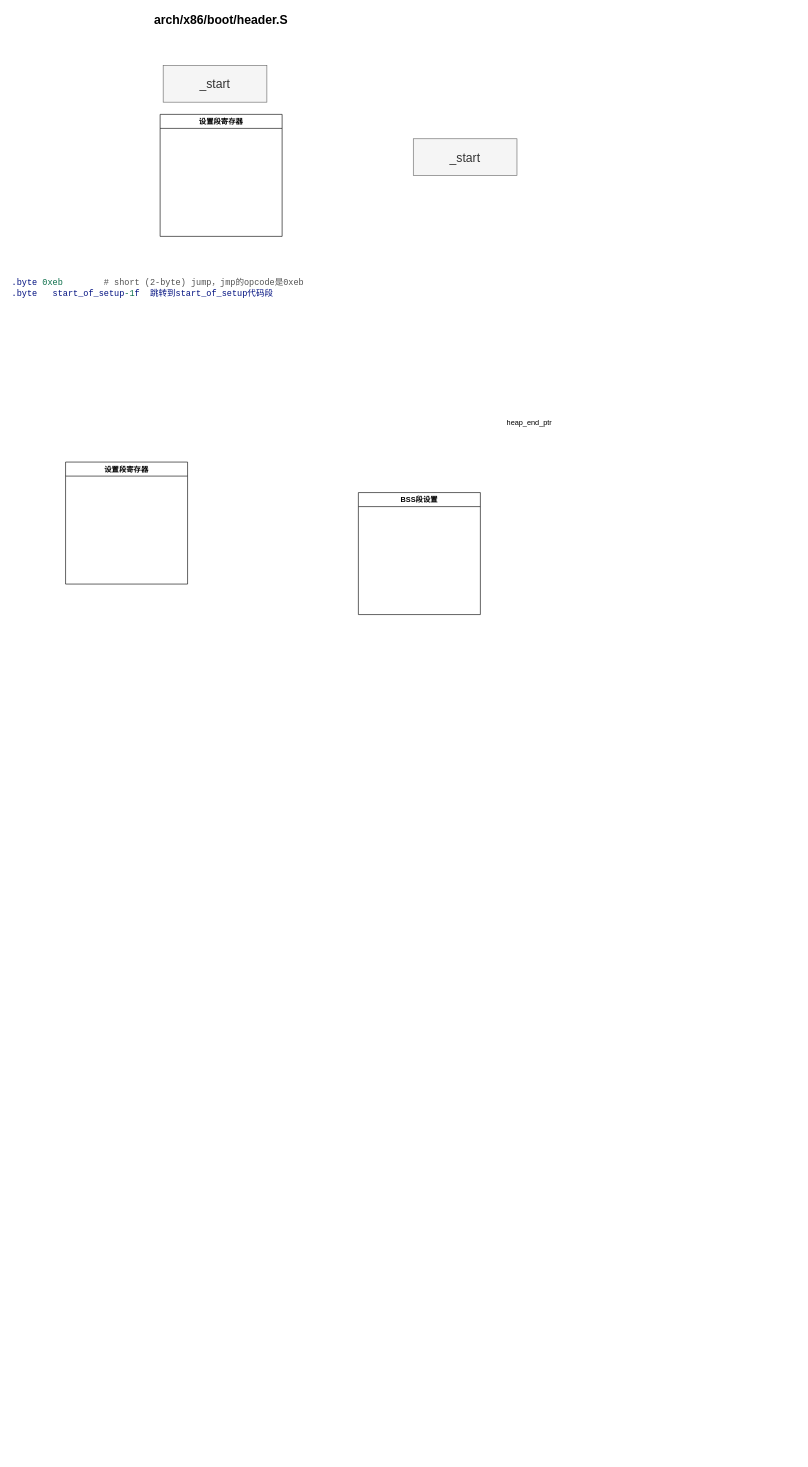
Above: Linux初始化过程.drawio in wbzzx-bb/wb-linux (draw.io), before the change. Source tidied: cells renumbered, new cells numbered last; positions are measured from the earlier drawing's top-left corner, leaving out a move shared by most shapes. Both pictures are drawn from the tidied source at 61%, with x=0, y=0 at pixel (10, 10).
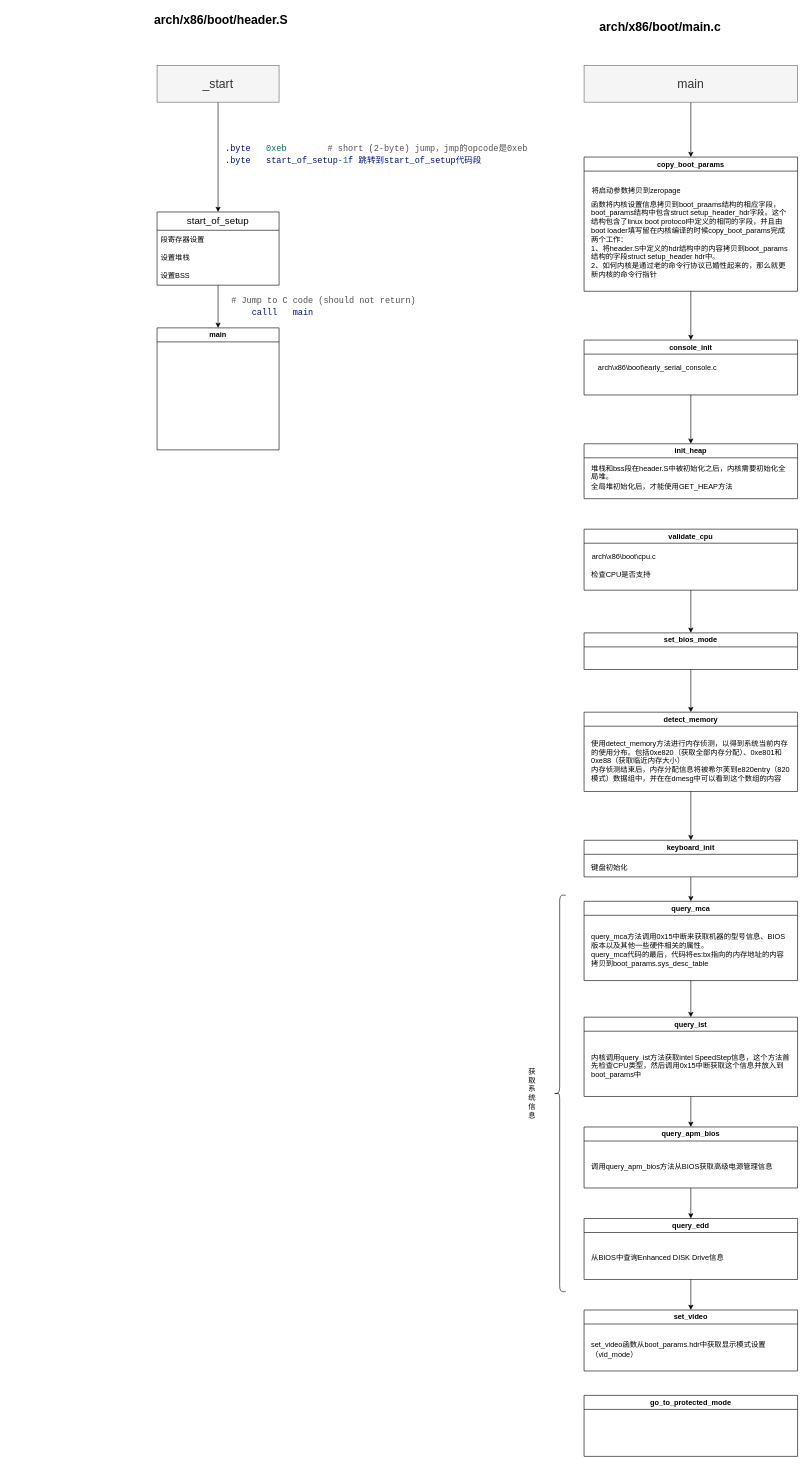
Above is the later version.

Commit message (it also covers changes not shown here):
更新Linux初始化过程.drawio

Change to the diagram source:
```diff
@@
+    <mxCell id="10" style="edgeStyle=orthogonalEdgeStyle;rounded=0;jettySize=auto;html=1;" parent="1" edge="1" source="11" target="45">
+      <mxGeometry relative="1" as="geometry" />
+    </mxCell>
+    <mxCell id="11" value="query_ist" style="swimlane;whiteSpace=wrap;html=1;" parent="1" vertex="1">
+      <mxGeometry x="940" y="1650" width="350" height="130" as="geometry" />
+    </mxCell>
+    <mxCell id="12" value="&lt;div&gt;内核调用query_ist方法获取intel SpeedStep信息，这个方法首先检查CPU类型，然后调用0x15中断获取这个信息并放入到boot_params中&lt;/div&gt;" style="text;strokeColor=none;align=left;fillColor=none;html=1;verticalAlign=middle;whiteSpace=wrap;rounded=0;" parent="11" vertex="1">
+      <mxGeometry x="10" y="30" width="330" height="100" as="geometry" />
+    </mxCell>
@@
+    <mxCell id="13" style="edgeStyle=orthogonalEdgeStyle;rounded=0;jettySize=auto;html=1;entryX=0.5;entryY=0;entryDx=0;entryDy=0;" parent="1" edge="1" source="3" target="15">
+      <mxGeometry relative="1" as="geometry" />
+    </mxCell>
     <mxCell id="3" value="&lt;font style=&quot;font-size: 20px;&quot;&gt;_start&lt;/font&gt;" style="rounded=0;whiteSpace=wrap;html=1;fillColor=#f5f5f5;fontColor=#333333;strokeColor=#666666;" parent="1" vertex="1">
-      <mxGeometry x="250" y="90" width="170" height="60" as="geometry" />
+      <mxGeometry x="240" y="90" width="200" height="60" as="geometry" />
     </mxCell>
-    <mxCell id="4" value="&lt;font style=&quot;font-size: 20px;&quot;&gt;_start&lt;/font&gt;" style="rounded=0;whiteSpace=wrap;html=1;fillColor=#f5f5f5;fontColor=#333333;strokeColor=#666666;" parent="1" vertex="1">
-      <mxGeometry x="660" y="210" width="170" height="60" as="geometry" />
-    </mxCell>
-    <mxCell id="5" value="设置段寄存器" style="swimlane;whiteSpace=wrap;html=1;" parent="1" vertex="1">
-      <mxGeometry x="90" y="740" width="200" height="200" as="geometry" />
-    </mxCell>
+    <mxCell id="7" value="main" style="swimlane;whiteSpace=wrap;html=1;" parent="1" vertex="1">
+      <mxGeometry x="240" y="520" width="200" height="200" as="geometry" />
+    </mxCell>
+    <mxCell id="14" style="edgeStyle=orthogonalEdgeStyle;rounded=0;jettySize=auto;html=1;entryX=0.5;entryY=0;entryDx=0;entryDy=0;" parent="1" edge="1" source="15" target="7">
+      <mxGeometry relative="1" as="geometry" />
+    </mxCell>
+    <mxCell id="15" value="&lt;span style=&quot;font-size: medium; text-align: left;&quot;&gt;start_of_setup&lt;/span&gt;" style="swimlane;fontStyle=0;horizontal=1;startSize=30;whiteSpace=wrap;html=1;" parent="1" vertex="1">
+      <mxGeometry x="240" y="330" width="200" height="120" as="geometry" />
+    </mxCell>
+    <mxCell id="16" value="段寄存器设置" style="text;strokeColor=none;fillColor=none;align=left;verticalAlign=middle;spacingLeft=4;spacingRight=4;overflow=hidden;whiteSpace=wrap;html=1;" parent="15" vertex="1">
+      <mxGeometry y="30" width="200" height="30" as="geometry" />
+    </mxCell>
+    <mxCell id="17" value="设置堆栈" style="text;strokeColor=none;fillColor=none;align=left;verticalAlign=middle;spacingLeft=4;spacingRight=4;overflow=hidden;whiteSpace=wrap;html=1;" parent="15" vertex="1">
+      <mxGeometry y="60" width="200" height="30" as="geometry" />
+    </mxCell>
+    <mxCell id="18" value="设置BSS" style="text;strokeColor=none;fillColor=none;align=left;verticalAlign=middle;spacingLeft=4;spacingRight=4;overflow=hidden;whiteSpace=wrap;html=1;" parent="15" vertex="1">
+      <mxGeometry y="90" width="200" height="30" as="geometry" />
+    </mxCell>
+    <mxCell id="19" value="&lt;div style=&quot;color: #292929;background-color: #ffffff;font-family: Consolas, 'Courier New', monospace;font-weight: normal;font-size: 14px;line-height: 19px;white-space: pre;&quot;&gt;&lt;div&gt;&lt;span style=&quot;color: #515151;&quot;&gt;# Jump to C code (should not return)&lt;/span&gt;&lt;/div&gt;&lt;div&gt;&lt;span style=&quot;color: #292929;&quot;&gt;&amp;nbsp; &amp;nbsp; &lt;/span&gt;&lt;span style=&quot;color: #001080;&quot;&gt;calll&lt;/span&gt;&lt;span style=&quot;color: #292929;&quot;&gt; &amp;nbsp; &lt;/span&gt;&lt;span style=&quot;color: #001080;&quot;&gt;main&lt;/span&gt;&lt;/div&gt;&lt;/div&gt;" style="text;whiteSpace=wrap;html=1;" parent="1" vertex="1">
+      <mxGeometry x="360" y="460" width="310" height="60" as="geometry" />
+    </mxCell>
-    <mxCell id="6" value="&lt;div style=&quot;color: rgb(41, 41, 41); background-color: rgb(255, 255, 255); font-family: Consolas, &amp;quot;Courier New&amp;quot;, monospace; font-size: 14px; line-height: 19px; white-space-collapse: preserve;&quot;&gt;&lt;div&gt;&lt;span style=&quot;color: #001080;&quot;&gt;.byte&lt;/span&gt; &lt;span style=&quot;color: #096d48;&quot;&gt;0xeb&lt;/span&gt; &amp;nbsp; &amp;nbsp; &amp;nbsp; &amp;nbsp;&lt;span style=&quot;color: #515151;&quot;&gt;# short (2-byte) jump，&lt;/span&gt;&lt;span style=&quot;color: rgb(81, 81, 81);&quot;&gt;jmp的opcode是0xeb&lt;/span&gt;&lt;/div&gt;&lt;div&gt;&lt;span style=&quot;color: rgb(0, 16, 128);&quot;&gt;.byte&lt;/span&gt; &amp;nbsp; &lt;span style=&quot;color: rgb(0, 16, 128);&quot;&gt;start_of_setup&lt;/span&gt;&lt;span style=&quot;color: rgb(9, 109, 72);&quot;&gt;-1&lt;/span&gt;&lt;span style=&quot;color: rgb(0, 16, 128);&quot;&gt;f  跳转到start_of_setup代码段&lt;/span&gt;&lt;/div&gt;&lt;/div&gt;" style="text;html=1;align=left;verticalAlign=middle;strokeColor=none;fillColor=none;" parent="1" vertex="1">
-      <mxGeometry y="430" width="470" height="50" as="geometry" />
+    <mxCell id="6" value="&lt;div style=&quot;background-color: rgb(255, 255, 255); line-height: 19px;&quot;&gt;&lt;div style=&quot;&quot;&gt;&lt;span style=&quot;color: rgb(0, 16, 128); font-family: Consolas, &amp;quot;Courier New&amp;quot;, monospace; font-size: 14px; font-weight: normal; white-space: pre;&quot;&gt;.byte&lt;/span&gt;&lt;span style=&quot;color: rgb(41, 41, 41); font-family: Consolas, &amp;quot;Courier New&amp;quot;, monospace; font-size: 14px; font-weight: normal; white-space: pre;&quot;&gt; &amp;nbsp; &lt;/span&gt;&lt;span style=&quot;color: rgb(9, 109, 72); font-family: Consolas, &amp;quot;Courier New&amp;quot;, monospace; font-size: 14px; font-weight: normal; white-space: pre;&quot;&gt;0xeb&lt;/span&gt;&lt;span style=&quot;color: rgb(41, 41, 41); font-family: Consolas, &amp;quot;Courier New&amp;quot;, monospace; font-size: 14px; font-weight: normal; white-space: pre;&quot;&gt; &amp;nbsp; &amp;nbsp; &amp;nbsp; &amp;nbsp;&lt;/span&gt;&lt;span style=&quot;color: rgb(81, 81, 81); font-family: Consolas, &amp;quot;Courier New&amp;quot;, monospace; font-size: 14px; font-weight: normal; white-space: pre;&quot;&gt;# short (2-byte) jump，&lt;/span&gt;&lt;font face=&quot;Consolas, Courier New, monospace&quot; color=&quot;#515151&quot;&gt;&lt;span style=&quot;font-size: 14px; white-space: pre;&quot;&gt;jmp的opcode是0xeb&lt;/span&gt;&lt;/font&gt;&lt;/div&gt;&lt;div style=&quot;&quot;&gt;&lt;span style=&quot;color: rgb(0, 16, 128); font-family: Consolas, &amp;quot;Courier New&amp;quot;, monospace; font-size: 14px; font-weight: normal; white-space: pre;&quot;&gt;.byte&lt;/span&gt;&lt;span style=&quot;color: rgb(41, 41, 41); font-family: Consolas, &amp;quot;Courier New&amp;quot;, monospace; font-size: 14px; font-weight: normal; white-space: pre;&quot;&gt; &amp;nbsp; &lt;/span&gt;&lt;span style=&quot;color: rgb(0, 16, 128); font-family: Consolas, &amp;quot;Courier New&amp;quot;, monospace; font-size: 14px; font-weight: normal; white-space: pre;&quot;&gt;start_of_setup&lt;/span&gt;&lt;span style=&quot;color: rgb(9, 109, 72); font-family: Consolas, &amp;quot;Courier New&amp;quot;, monospace; font-size: 14px; font-weight: normal; white-space: pre;&quot;&gt;-1&lt;/span&gt;&lt;span style=&quot;color: rgb(0, 16, 128); font-family: Consolas, &amp;quot;Courier New&amp;quot;, monospace; font-size: 14px; font-weight: normal; white-space: pre;&quot;&gt;f &lt;/span&gt;&lt;font face=&quot;Consolas, Courier New, monospace&quot; color=&quot;#001080&quot;&gt;&lt;span style=&quot;font-size: 14px; white-space: pre;&quot;&gt;跳转到start_of_setup代码段&lt;/span&gt;&lt;/font&gt;&lt;/div&gt;&lt;/div&gt;" style="text;whiteSpace=wrap;html=1;" parent="1" vertex="1">
+      <mxGeometry x="350" y="210" width="500" height="60" as="geometry" />
     </mxCell>
-    <mxCell id="7" value="BSS段设置" style="swimlane;whiteSpace=wrap;html=1;" parent="1" vertex="1">
-      <mxGeometry x="570" y="790" width="200" height="200" as="geometry" />
-    </mxCell>
-    <mxCell id="8" value="heap_end_ptr" style="text;html=1;align=center;verticalAlign=middle;strokeColor=none;fillColor=none;" parent="1" vertex="1">
-      <mxGeometry x="800" y="660" width="100" height="30" as="geometry" />
-    </mxCell>
-    <mxCell id="9" value="设置段寄存器" style="swimlane;whiteSpace=wrap;html=1;" parent="1" vertex="1">
-      <mxGeometry x="245" y="170" width="200" height="200" as="geometry" />
-    </mxCell>
+    <mxCell id="20" value="&lt;span style=&quot;font-weight: 700;&quot;&gt;&lt;font style=&quot;font-size: 20px;&quot;&gt;arch/x86/boot/main.c&lt;/font&gt;&lt;/span&gt;" style="text;strokeColor=none;align=center;fillColor=none;html=1;verticalAlign=middle;whiteSpace=wrap;rounded=0;" parent="1" vertex="1">
+      <mxGeometry x="920" y="10" width="290" height="30" as="geometry" />
+    </mxCell>
+    <mxCell id="21" style="edgeStyle=orthogonalEdgeStyle;rounded=0;jettySize=auto;html=1;entryX=0.5;entryY=0;entryDx=0;entryDy=0;" parent="1" edge="1" source="22" target="24">
+      <mxGeometry relative="1" as="geometry" />
+    </mxCell>
+    <mxCell id="22" value="&lt;font style=&quot;font-size: 20px;&quot;&gt;main&lt;/font&gt;" style="rounded=0;whiteSpace=wrap;html=1;fillColor=#f5f5f5;fontColor=#333333;strokeColor=#666666;" parent="1" vertex="1">
+      <mxGeometry x="940" y="90" width="350" height="60" as="geometry" />
+    </mxCell>
+    <mxCell id="23" style="edgeStyle=orthogonalEdgeStyle;rounded=0;jettySize=auto;html=1;" parent="1" edge="1" source="24" target="28">
+      <mxGeometry relative="1" as="geometry" />
+    </mxCell>
+    <mxCell id="24" value="copy_boot_params" style="swimlane;whiteSpace=wrap;html=1;" parent="1" vertex="1">
+      <mxGeometry x="940" y="240" width="350" height="220" as="geometry" />
+    </mxCell>
+    <mxCell id="25" value="将启动参数拷贝到zeropage" style="text;html=1;align=center;verticalAlign=middle;strokeColor=none;fillColor=none;" parent="24" vertex="1">
+      <mxGeometry y="40" width="170" height="30" as="geometry" />
+    </mxCell>
+    <mxCell id="26" value="函数将内核设置信息拷贝到boot_praams结构的相应字段，boot_params结构中包含struct setup_header_hdr字段。这个结构包含了linux boot protocol中定义的相同的字段，并且由boot loader填写留在内核编译的时候copy_boot_params完成两个工作：&lt;div&gt;1、将header.S中定义的hdr结构中的内容拷贝到boot_params结构的字段struct setup_header hdr中。&lt;/div&gt;&lt;div&gt;2、如何内核是通过老的命令行协议已婚性起来的，那么就更新内核的命令行指针&lt;/div&gt;" style="text;strokeColor=none;align=left;fillColor=none;html=1;verticalAlign=middle;whiteSpace=wrap;rounded=0;" parent="24" vertex="1">
+      <mxGeometry x="10" y="70" width="330" height="130" as="geometry" />
+    </mxCell>
+    <mxCell id="27" style="edgeStyle=orthogonalEdgeStyle;rounded=0;jettySize=auto;html=1;entryX=0.5;entryY=0;entryDx=0;entryDy=0;" parent="1" edge="1" source="28" target="30">
+      <mxGeometry relative="1" as="geometry" />
+    </mxCell>
+    <mxCell id="28" value="console_init" style="swimlane;whiteSpace=wrap;html=1;" parent="1" vertex="1">
+      <mxGeometry x="940" y="540" width="350" height="90" as="geometry" />
+    </mxCell>
+    <mxCell id="29" value="arch\x86\boot\early_serial_console.c" style="text;html=1;align=center;verticalAlign=middle;strokeColor=none;fillColor=none;" parent="28" vertex="1">
+      <mxGeometry x="10" y="30" width="220" height="30" as="geometry" />
+    </mxCell>
+    <mxCell id="30" value="init_heap" style="swimlane;whiteSpace=wrap;html=1;" parent="1" vertex="1">
+      <mxGeometry x="940" y="710" width="350" height="90" as="geometry" />
+    </mxCell>
+    <mxCell id="31" value="堆栈和bss段在header.S中被初始化之后，内核需要初始化全局堆。&lt;div&gt;全局堆初始化后，才能使用GET_HEAP方法&lt;/div&gt;" style="text;strokeColor=none;align=left;fillColor=none;html=1;verticalAlign=middle;whiteSpace=wrap;rounded=0;" parent="30" vertex="1">
+      <mxGeometry x="10" y="20" width="330" height="70" as="geometry" />
+    </mxCell>
+    <mxCell id="32" style="edgeStyle=orthogonalEdgeStyle;rounded=0;jettySize=auto;html=1;entryX=0.5;entryY=0;entryDx=0;entryDy=0;" parent="1" edge="1" source="33" target="37">
+      <mxGeometry relative="1" as="geometry" />
+    </mxCell>
+    <mxCell id="33" value="validate_cpu" style="swimlane;whiteSpace=wrap;html=1;" parent="1" vertex="1">
+      <mxGeometry x="940" y="850" width="350" height="100" as="geometry" />
+    </mxCell>
+    <mxCell id="34" value="arch\x86\boot\cpu.c" style="text;html=1;align=center;verticalAlign=middle;strokeColor=none;fillColor=none;" parent="33" vertex="1">
+      <mxGeometry y="30" width="130" height="30" as="geometry" />
+    </mxCell>
+    <mxCell id="35" value="检查CPU是否支持" style="text;strokeColor=none;align=left;fillColor=none;html=1;verticalAlign=middle;whiteSpace=wrap;rounded=0;" parent="33" vertex="1">
+      <mxGeometry x="10" y="60" width="330" height="30" as="geometry" />
+    </mxCell>
+    <mxCell id="36" style="edgeStyle=orthogonalEdgeStyle;rounded=0;jettySize=auto;html=1;entryX=0.5;entryY=0;entryDx=0;entryDy=0;" parent="1" edge="1" source="37" target="38">
+      <mxGeometry relative="1" as="geometry" />
+    </mxCell>
+    <mxCell id="37" value="set_bios_mode" style="swimlane;whiteSpace=wrap;html=1;" parent="1" vertex="1">
+      <mxGeometry x="940" y="1020" width="350" height="60" as="geometry" />
+    </mxCell>
+    <mxCell id="38" value="detect_memory" style="swimlane;whiteSpace=wrap;html=1;" parent="1" vertex="1">
+      <mxGeometry x="940" y="1150" width="350" height="130" as="geometry" />
+    </mxCell>
+    <mxCell id="39" value="使用detect_memory方法进行内存侦测，以得到系统当前内存的使用分布。包括0xe820（获取全部内存分配）、0xe801和0xe88（获取临近内存大小）&lt;div&gt;内存侦测结束后，内存分配信息将被希尔芙到e820entry（820模式）数据组中，并在在dmesg中可以看到这个数组的内容&lt;/div&gt;" style="text;strokeColor=none;align=left;fillColor=none;html=1;verticalAlign=middle;whiteSpace=wrap;rounded=0;" parent="38" vertex="1">
+      <mxGeometry x="10" y="30" width="330" height="100" as="geometry" />
+    </mxCell>
+    <mxCell id="40" style="edgeStyle=orthogonalEdgeStyle;rounded=0;jettySize=auto;html=1;" parent="1" edge="1" source="41" target="51">
+      <mxGeometry relative="1" as="geometry" />
+    </mxCell>
+    <mxCell id="41" value="keyboard_init" style="swimlane;whiteSpace=wrap;html=1;" parent="1" vertex="1">
+      <mxGeometry x="940" y="1360" width="350" height="60" as="geometry" />
+    </mxCell>
+    <mxCell id="42" value="键盘初始化" style="text;strokeColor=none;align=left;fillColor=none;html=1;verticalAlign=middle;whiteSpace=wrap;rounded=0;" parent="41" vertex="1">
+      <mxGeometry x="10" y="30" width="330" height="30" as="geometry" />
+    </mxCell>
+    <mxCell id="43" style="edgeStyle=orthogonalEdgeStyle;rounded=0;jettySize=auto;html=1;entryX=0.5;entryY=0;entryDx=0;entryDy=0;" parent="1" edge="1" source="39" target="41">
+      <mxGeometry relative="1" as="geometry" />
+    </mxCell>
+    <mxCell id="44" style="edgeStyle=orthogonalEdgeStyle;rounded=0;jettySize=auto;html=1;entryX=0.5;entryY=0;entryDx=0;entryDy=0;" parent="1" edge="1" source="45" target="48">
+      <mxGeometry relative="1" as="geometry" />
+    </mxCell>
+    <mxCell id="45" value="query_apm_bios" style="swimlane;whiteSpace=wrap;html=1;" parent="1" vertex="1">
+      <mxGeometry x="940" y="1830" width="350" height="100" as="geometry" />
+    </mxCell>
+    <mxCell id="46" value="&lt;div&gt;调用query_apm_bios方法从BIOS获取高级电源管理信息&lt;/div&gt;" style="text;strokeColor=none;align=left;fillColor=none;html=1;verticalAlign=middle;whiteSpace=wrap;rounded=0;" parent="45" vertex="1">
+      <mxGeometry x="10" y="30" width="330" height="70" as="geometry" />
+    </mxCell>
+    <mxCell id="47" style="edgeStyle=orthogonalEdgeStyle;rounded=0;jettySize=auto;html=1;entryX=0.5;entryY=0;entryDx=0;entryDy=0;" parent="1" edge="1" source="48" target="53">
+      <mxGeometry relative="1" as="geometry" />
+    </mxCell>
+    <mxCell id="48" value="query_edd" style="swimlane;whiteSpace=wrap;html=1;" parent="1" vertex="1">
+      <mxGeometry x="940" y="1980" width="350" height="100" as="geometry" />
+    </mxCell>
+    <mxCell id="49" value="&lt;div&gt;从BIOS中查询Enhanced DISK Drive信息&lt;/div&gt;" style="text;strokeColor=none;align=left;fillColor=none;html=1;verticalAlign=middle;whiteSpace=wrap;rounded=0;" parent="48" vertex="1">
+      <mxGeometry x="10" y="30" width="330" height="70" as="geometry" />
+    </mxCell>
+    <mxCell id="50" style="edgeStyle=orthogonalEdgeStyle;rounded=0;jettySize=auto;html=1;entryX=0.5;entryY=0;entryDx=0;entryDy=0;" parent="1" edge="1" source="51" target="11">
+      <mxGeometry relative="1" as="geometry" />
+    </mxCell>
+    <mxCell id="51" value="query_mca" style="swimlane;whiteSpace=wrap;html=1;" parent="1" vertex="1">
+      <mxGeometry x="940" y="1460" width="350" height="130" as="geometry" />
+    </mxCell>
+    <mxCell id="52" value="&lt;div&gt;query_mca方法调用0x15中断来获取机器的型号信息、BIOS版本以及其他一些硬件相关的属性。&lt;/div&gt;&lt;div&gt;query_mca代码的最后，代码将es:bx指向的内存地址的内容拷贝到boot_params.sys_desc_table&lt;/div&gt;" style="text;strokeColor=none;align=left;fillColor=none;html=1;verticalAlign=middle;whiteSpace=wrap;rounded=0;" parent="51" vertex="1">
+      <mxGeometry x="10" y="30" width="330" height="100" as="geometry" />
+    </mxCell>
+    <mxCell id="53" value="set_video" style="swimlane;whiteSpace=wrap;html=1;" parent="1" vertex="1">
+      <mxGeometry x="940" y="2130" width="350" height="100" as="geometry" />
+    </mxCell>
+    <mxCell id="54" value="&lt;div&gt;set_video函数从boot_params.hdr中获取显示模式设置（vid_mode）&lt;/div&gt;" style="text;strokeColor=none;align=left;fillColor=none;html=1;verticalAlign=middle;whiteSpace=wrap;rounded=0;" parent="53" vertex="1">
+      <mxGeometry x="10" y="30" width="330" height="70" as="geometry" />
+    </mxCell>
+    <mxCell id="55" style="shape=curlyBracket;whiteSpace=wrap;html=1;rounded=1;labelPosition=left;verticalLabelPosition=middle;align=right;verticalAlign=middle;" parent="1" vertex="1">
+      <mxGeometry x="890" y="1450" width="20" height="650" as="geometry" />
+    </mxCell>
+    <mxCell id="56" value="获取系统信息" style="text;strokeColor=none;align=center;fillColor=none;html=1;verticalAlign=middle;whiteSpace=wrap;rounded=0;" parent="1" vertex="1">
+      <mxGeometry x="850" y="1760" width="10" height="30" as="geometry" />
+    </mxCell>
+    <mxCell id="57" value="go_to_protected_mode" style="swimlane;whiteSpace=wrap;html=1;" parent="1" vertex="1">
+      <mxGeometry x="940" y="2270" width="350" height="100" as="geometry" />
+    </mxCell>
```
